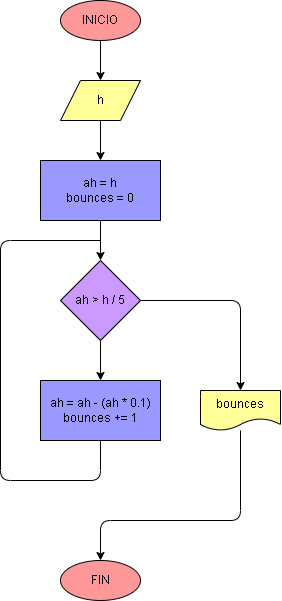
Earlier version of the draw.io export 26.rebotes_pelota/diagrama.png (CartillaFundamentos/instrucciones_repetitivas). Source tidied: cells renumbered, new cells last; positions are measured from the earlier drawing's top-left corner, leaving out a move shared by most shapes.
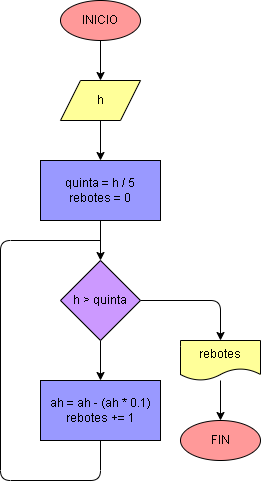
After the change.

Diff of the diagram source:
```diff
@@ -17,7 +17,7 @@
     <mxCell id="6" style="edgeStyle=none;html=1;strokeColor=#000000;fontColor=#000000;" parent="1" edge="1" source="7" target="10">
       <mxGeometry relative="1" as="geometry" />
     </mxCell>
-    <mxCell id="7" value="ah = h&lt;br&gt;bounces = 0" style="whiteSpace=wrap;html=1;strokeColor=#000000;fontColor=#000000;fillColor=#9999FF;" parent="1" vertex="1">
+    <mxCell id="7" value="quinta = h / 5&lt;br&gt;rebotes = 0" style="whiteSpace=wrap;html=1;strokeColor=#000000;fontColor=#000000;fillColor=#9999FF;" parent="1" vertex="1">
       <mxGeometry x="40" y="160" width="120" height="60" as="geometry" />
     </mxCell>
     <mxCell id="8" style="edgeStyle=none;html=1;strokeColor=#000000;fontColor=#000000;" parent="1" edge="1" source="10" target="12">
@@ -26,11 +26,11 @@
     <mxCell id="9" style="edgeStyle=none;html=1;exitX=1;exitY=0.5;exitDx=0;exitDy=0;entryX=0.5;entryY=0;entryDx=0;entryDy=0;endArrow=classic;endFill=1;strokeColor=#000000;fontColor=#000000;" parent="1" edge="1" source="10" target="14">
       <mxGeometry relative="1" as="geometry">
         <Array as="points">
-          <mxPoint x="240" y="300" />
+          <mxPoint x="220" y="300" />
         </Array>
       </mxGeometry>
     </mxCell>
-    <mxCell id="10" value="ah &amp;gt; h / 5" style="rhombus;whiteSpace=wrap;html=1;strokeColor=#000000;fontColor=#000000;fillColor=#CC99FF;" parent="1" vertex="1">
+    <mxCell id="10" value="h &amp;gt; quinta" style="rhombus;whiteSpace=wrap;html=1;strokeColor=#000000;fontColor=#000000;fillColor=#CC99FF;" parent="1" vertex="1">
       <mxGeometry x="60" y="260" width="80" height="80" as="geometry" />
     </mxCell>
     <mxCell id="11" style="edgeStyle=none;html=1;exitX=0.5;exitY=1;exitDx=0;exitDy=0;endArrow=none;endFill=0;strokeColor=#000000;fontColor=#000000;" parent="1" edge="1" source="12">
@@ -43,22 +43,17 @@
         </Array>
       </mxGeometry>
     </mxCell>
-    <mxCell id="12" value="ah = ah - (ah * 0.1)&#10;bounces += 1" style="whiteSpace=wrap;html=1;strokeColor=#000000;fontColor=#000000;fillColor=#9999FF;" parent="1" vertex="1">
+    <mxCell id="12" value="ah = ah - (ah * 0.1)&lt;br&gt;rebotes += 1" style="whiteSpace=wrap;html=1;strokeColor=#000000;fontColor=#000000;fillColor=#9999FF;" parent="1" vertex="1">
       <mxGeometry x="40" y="380" width="120" height="60" as="geometry" />
     </mxCell>
-    <mxCell id="13" style="edgeStyle=none;html=1;endArrow=classic;endFill=1;strokeColor=#000000;fontColor=#000000;" parent="1" edge="1" source="14" target="15">
-      <mxGeometry relative="1" as="geometry">
-        <Array as="points">
-          <mxPoint x="240" y="520" />
-          <mxPoint x="100" y="520" />
-        </Array>
-      </mxGeometry>
+    <mxCell id="13" style="edgeStyle=none;html=1;entryX=0.5;entryY=0;entryDx=0;entryDy=0;strokeColor=#000000;" parent="1" edge="1" source="14" target="15">
+      <mxGeometry relative="1" as="geometry" />
     </mxCell>
-    <mxCell id="14" value="bounces" style="shape=document;whiteSpace=wrap;html=1;boundedLbl=1;strokeColor=#000000;fontColor=#000000;fillColor=#FFFF99;" parent="1" vertex="1">
-      <mxGeometry x="200" y="390" width="80" height="40" as="geometry" />
+    <mxCell id="14" value="rebotes" style="shape=document;whiteSpace=wrap;html=1;boundedLbl=1;strokeColor=#000000;fontColor=#000000;fillColor=#FFFF99;" parent="1" vertex="1">
+      <mxGeometry x="180" y="340" width="80" height="40" as="geometry" />
     </mxCell>
     <mxCell id="15" value="FIN" style="ellipse;whiteSpace=wrap;html=1;strokeColor=#000000;fontColor=#000000;fillColor=#FF9999;" parent="1" vertex="1">
-      <mxGeometry x="60" y="560" width="80" height="40" as="geometry" />
+      <mxGeometry x="180" y="420" width="80" height="40" as="geometry" />
     </mxCell>
   </root>
 </mxGraphModel>
```
